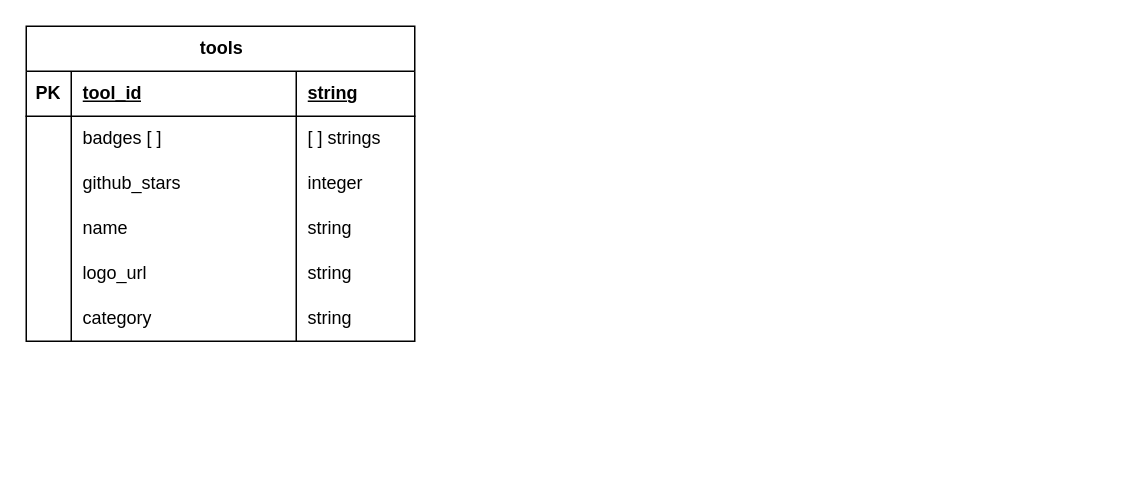
Before: db-toolstack.drawio in marcm8793/tool-stack-frontend, a draw.io diagram. Source tidied: cells renumbered, new cells numbered last; positions are measured from the earlier drawing's top-left corner, leaving out a move shared by most shapes. Both pictures are drawn from the tidied source at 150%, with x=0, y=0 at pixel (26, 26).
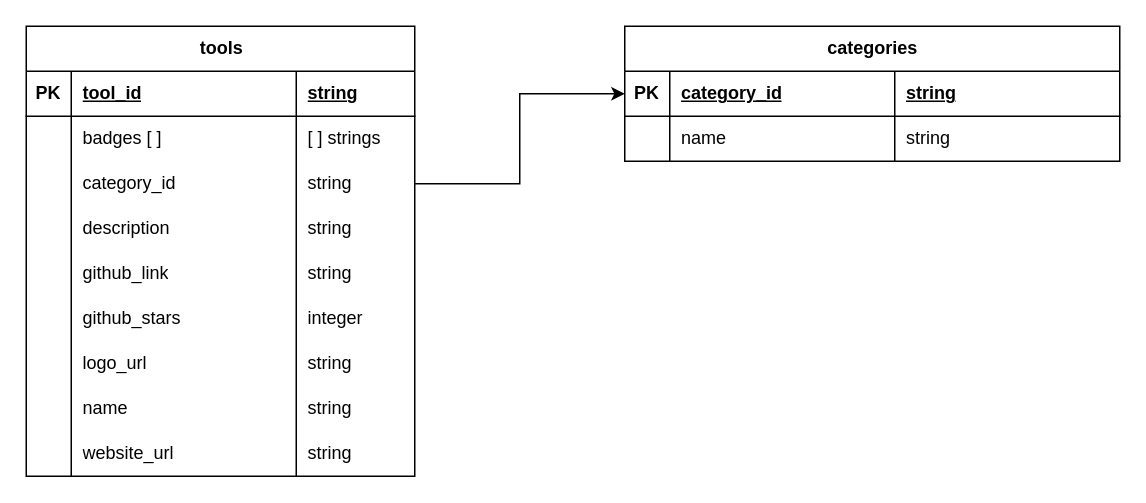
After the change.

Commit message:
Mettre à jour db-toolstack.drawio

Diff of the diagram source:
```diff
@@
     <mxCell id="2" value="tools" style="shape=table;startSize=30;childLayout=tableLayout;rowLines=0;fontStyle=1;align=center;html=1;" parent="1" vertex="1">
-      <mxGeometry width="259" height="210" as="geometry" />
+      <mxGeometry width="259" height="300" as="geometry" />
     </mxCell>
@@
+    <mxCell id="23" style="shape=tableRow;horizontal=0;startSize=0;swimlaneHead=0;swimlaneBody=0;fillColor=none;points=[[0,0.5],[1,0.5]];portConstraint=eastwest;top=0;left=0;right=0;bottom=0;" parent="2" vertex="1">
+      <mxGeometry y="90" width="259" height="30" as="geometry" />
+    </mxCell>
+    <mxCell id="24" value="&lt;span style=&quot;white-space: pre;&quot;&gt;&#9;&lt;/span&gt;" style="shape=partialRectangle;fillColor=none;top=0;left=0;bottom=0;right=0;overflow=hidden;whiteSpace=wrap;html=1;" parent="23" vertex="1">
+      <mxGeometry width="30" height="30" as="geometry" />
+    </mxCell>
+    <mxCell id="25" value="category_id" style="shape=partialRectangle;fillColor=none;top=0;left=0;bottom=0;right=0;align=left;spacingLeft=6;overflow=hidden;whiteSpace=wrap;html=1;" parent="23" vertex="1">
+      <mxGeometry x="30" width="150" height="30" as="geometry" />
+    </mxCell>
+    <mxCell id="26" value="string" style="shape=partialRectangle;fillColor=none;top=0;left=0;bottom=0;right=0;align=left;spacingLeft=6;overflow=hidden;whiteSpace=wrap;html=1;" parent="23" vertex="1">
+      <mxGeometry x="180" width="79" height="30" as="geometry" />
+    </mxCell>
+    <mxCell id="27" style="shape=tableRow;horizontal=0;startSize=0;swimlaneHead=0;swimlaneBody=0;fillColor=none;top=0;left=0;right=0;bottom=0;" parent="2" vertex="1">
+      <mxGeometry y="120" width="259" height="30" as="geometry" />
+    </mxCell>
+    <mxCell id="28" style="shape=partialRectangle;fillColor=none;top=0;left=0;bottom=0;right=0;overflow=hidden;whiteSpace=wrap;html=1;" parent="27" vertex="1">
+      <mxGeometry width="30" height="30" as="geometry" />
+    </mxCell>
+    <mxCell id="29" value="description" style="shape=partialRectangle;fillColor=none;top=0;left=0;bottom=0;right=0;align=left;spacingLeft=6;overflow=hidden;whiteSpace=wrap;html=1;" parent="27" vertex="1">
+      <mxGeometry x="30" width="150" height="30" as="geometry" />
+    </mxCell>
+    <mxCell id="30" value="string" style="shape=partialRectangle;fillColor=none;top=0;left=0;bottom=0;right=0;align=left;spacingLeft=6;overflow=hidden;whiteSpace=wrap;html=1;" parent="27" vertex="1">
+      <mxGeometry x="180" width="79" height="30" as="geometry" />
+    </mxCell>
+    <mxCell id="31" style="shape=tableRow;horizontal=0;startSize=0;swimlaneHead=0;swimlaneBody=0;fillColor=none;top=0;left=0;right=0;bottom=0;" parent="2" vertex="1">
+      <mxGeometry y="150" width="259" height="30" as="geometry" />
+    </mxCell>
+    <mxCell id="32" style="shape=partialRectangle;fillColor=none;top=0;left=0;bottom=0;right=0;overflow=hidden;whiteSpace=wrap;html=1;" parent="31" vertex="1">
+      <mxGeometry width="30" height="30" as="geometry" />
+    </mxCell>
+    <mxCell id="33" value="github_link" style="shape=partialRectangle;fillColor=none;top=0;left=0;bottom=0;right=0;align=left;spacingLeft=6;overflow=hidden;whiteSpace=wrap;html=1;" parent="31" vertex="1">
+      <mxGeometry x="30" width="150" height="30" as="geometry" />
+    </mxCell>
+    <mxCell id="34" value="string" style="shape=partialRectangle;fillColor=none;top=0;left=0;bottom=0;right=0;align=left;spacingLeft=6;overflow=hidden;whiteSpace=wrap;html=1;" parent="31" vertex="1">
+      <mxGeometry x="180" width="79" height="30" as="geometry" />
+    </mxCell>
     <mxCell id="11" style="shape=tableRow;horizontal=0;startSize=0;swimlaneHead=0;swimlaneBody=0;fillColor=none;top=0;left=0;right=0;bottom=0;" parent="2" vertex="1">
-      <mxGeometry y="90" width="259" height="30" as="geometry" />
+      <mxGeometry y="180" width="259" height="30" as="geometry" />
     </mxCell>
@@
+    <mxCell id="19" style="shape=tableRow;horizontal=0;startSize=0;swimlaneHead=0;swimlaneBody=0;fillColor=none;top=0;left=0;right=0;bottom=0;" parent="2" vertex="1">
+      <mxGeometry y="210" width="259" height="30" as="geometry" />
+    </mxCell>
+    <mxCell id="20" style="shape=partialRectangle;fillColor=none;top=0;left=0;bottom=0;right=0;overflow=hidden;whiteSpace=wrap;html=1;" parent="19" vertex="1">
+      <mxGeometry width="30" height="30" as="geometry" />
+    </mxCell>
+    <mxCell id="21" value="logo_url" style="shape=partialRectangle;fillColor=none;top=0;left=0;bottom=0;right=0;align=left;spacingLeft=6;overflow=hidden;whiteSpace=wrap;html=1;" parent="19" vertex="1">
+      <mxGeometry x="30" width="150" height="30" as="geometry" />
+    </mxCell>
+    <mxCell id="22" value="string" style="shape=partialRectangle;fillColor=none;top=0;left=0;bottom=0;right=0;align=left;spacingLeft=6;overflow=hidden;whiteSpace=wrap;html=1;" parent="19" vertex="1">
+      <mxGeometry x="180" width="79" height="30" as="geometry" />
+    </mxCell>
     <mxCell id="15" style="shape=tableRow;horizontal=0;startSize=0;swimlaneHead=0;swimlaneBody=0;fillColor=none;top=0;left=0;right=0;bottom=0;" parent="2" vertex="1">
-      <mxGeometry y="120" width="259" height="30" as="geometry" />
+      <mxGeometry y="240" width="259" height="30" as="geometry" />
     </mxCell>
@@
-    <mxCell id="19" style="shape=tableRow;horizontal=0;startSize=0;swimlaneHead=0;swimlaneBody=0;fillColor=none;top=0;left=0;right=0;bottom=0;" parent="2" vertex="1">
-      <mxGeometry y="150" width="259" height="30" as="geometry" />
-    </mxCell>
-    <mxCell id="20" style="shape=partialRectangle;fillColor=none;top=0;left=0;bottom=0;right=0;overflow=hidden;whiteSpace=wrap;html=1;" parent="19" vertex="1">
-      <mxGeometry width="30" height="30" as="geometry" />
-    </mxCell>
-    <mxCell id="21" value="logo_url" style="shape=partialRectangle;fillColor=none;top=0;left=0;bottom=0;right=0;align=left;spacingLeft=6;overflow=hidden;whiteSpace=wrap;html=1;" parent="19" vertex="1">
-      <mxGeometry x="30" width="150" height="30" as="geometry" />
-    </mxCell>
-    <mxCell id="22" value="string" style="shape=partialRectangle;fillColor=none;top=0;left=0;bottom=0;right=0;align=left;spacingLeft=6;overflow=hidden;whiteSpace=wrap;html=1;" parent="19" vertex="1">
-      <mxGeometry x="180" width="79" height="30" as="geometry" />
-    </mxCell>
-    <mxCell id="23" style="shape=tableRow;horizontal=0;startSize=0;swimlaneHead=0;swimlaneBody=0;fillColor=none;points=[[0,0.5],[1,0.5]];portConstraint=eastwest;top=0;left=0;right=0;bottom=0;" parent="2" vertex="1">
-      <mxGeometry y="180" width="259" height="30" as="geometry" />
-    </mxCell>
-    <mxCell id="24" value="&lt;span style=&quot;white-space: pre;&quot;&gt;&#9;&lt;/span&gt;" style="shape=partialRectangle;fillColor=none;top=0;left=0;bottom=0;right=0;overflow=hidden;whiteSpace=wrap;html=1;" parent="23" vertex="1">
-      <mxGeometry width="30" height="30" as="geometry" />
-    </mxCell>
-    <mxCell id="25" value="category" style="shape=partialRectangle;fillColor=none;top=0;left=0;bottom=0;right=0;align=left;spacingLeft=6;overflow=hidden;whiteSpace=wrap;html=1;" parent="23" vertex="1">
-      <mxGeometry x="30" width="150" height="30" as="geometry" />
-    </mxCell>
-    <mxCell id="26" value="string" style="shape=partialRectangle;fillColor=none;top=0;left=0;bottom=0;right=0;align=left;spacingLeft=6;overflow=hidden;whiteSpace=wrap;html=1;" parent="23" vertex="1">
-      <mxGeometry x="180" width="79" height="30" as="geometry" />
-    </mxCell>
+    <mxCell id="35" style="shape=tableRow;horizontal=0;startSize=0;swimlaneHead=0;swimlaneBody=0;fillColor=none;top=0;left=0;right=0;bottom=0;" parent="2" vertex="1">
+      <mxGeometry y="270" width="259" height="30" as="geometry" />
+    </mxCell>
+    <mxCell id="36" style="shape=partialRectangle;fillColor=none;top=0;left=0;bottom=0;right=0;overflow=hidden;whiteSpace=wrap;html=1;" parent="35" vertex="1">
+      <mxGeometry width="30" height="30" as="geometry" />
+    </mxCell>
+    <mxCell id="37" value="website_url" style="shape=partialRectangle;fillColor=none;top=0;left=0;bottom=0;right=0;align=left;spacingLeft=6;overflow=hidden;whiteSpace=wrap;html=1;" parent="35" vertex="1">
+      <mxGeometry x="30" width="150" height="30" as="geometry" />
+    </mxCell>
+    <mxCell id="38" value="string" style="shape=partialRectangle;fillColor=none;top=0;left=0;bottom=0;right=0;align=left;spacingLeft=6;overflow=hidden;whiteSpace=wrap;html=1;" parent="35" vertex="1">
+      <mxGeometry x="180" width="79" height="30" as="geometry" />
+    </mxCell>
+    <mxCell id="39" value="categories" style="shape=table;startSize=30;childLayout=tableLayout;rowLines=0;fontStyle=1;align=center;html=1;" parent="1" vertex="1">
+      <mxGeometry x="399" width="330" height="90" as="geometry" />
+    </mxCell>
+    <mxCell id="40" style="shape=tableRow;horizontal=0;startSize=0;swimlaneHead=0;swimlaneBody=0;fillColor=none;points=[[0,0.5],[1,0.5]];portConstraint=eastwest;top=0;left=0;right=0;bottom=1;" parent="39" vertex="1">
+      <mxGeometry y="30" width="330" height="30" as="geometry" />
+    </mxCell>
+    <mxCell id="41" value="PK" style="shape=partialRectangle;fillColor=none;top=0;left=0;bottom=0;right=0;fontStyle=1;overflow=hidden;whiteSpace=wrap;html=1;" parent="40" vertex="1">
+      <mxGeometry width="30" height="30" as="geometry" />
+    </mxCell>
+    <mxCell id="42" value="category_id" style="shape=partialRectangle;fillColor=none;top=0;left=0;bottom=0;right=0;align=left;spacingLeft=6;fontStyle=5;overflow=hidden;whiteSpace=wrap;html=1;" parent="40" vertex="1">
+      <mxGeometry x="30" width="150" height="30" as="geometry" />
+    </mxCell>
+    <mxCell id="43" value="string" style="shape=partialRectangle;fillColor=none;top=0;left=0;bottom=0;right=0;align=left;spacingLeft=6;fontStyle=5;overflow=hidden;whiteSpace=wrap;html=1;" parent="40" vertex="1">
+      <mxGeometry x="180" width="150" height="30" as="geometry" />
+    </mxCell>
+    <mxCell id="44" style="shape=tableRow;horizontal=0;startSize=0;swimlaneHead=0;swimlaneBody=0;fillColor=none;top=0;left=0;right=0;bottom=0;" parent="39" vertex="1">
+      <mxGeometry y="60" width="330" height="30" as="geometry" />
+    </mxCell>
+    <mxCell id="45" style="shape=partialRectangle;fillColor=none;top=0;left=0;bottom=0;right=0;overflow=hidden;whiteSpace=wrap;html=1;" parent="44" vertex="1">
+      <mxGeometry width="30" height="30" as="geometry" />
+    </mxCell>
+    <mxCell id="46" value="name" style="shape=partialRectangle;fillColor=none;top=0;left=0;bottom=0;right=0;align=left;spacingLeft=6;overflow=hidden;whiteSpace=wrap;html=1;" parent="44" vertex="1">
+      <mxGeometry x="30" width="150" height="30" as="geometry" />
+    </mxCell>
+    <mxCell id="47" value="string" style="shape=partialRectangle;fillColor=none;top=0;left=0;bottom=0;right=0;align=left;spacingLeft=6;overflow=hidden;whiteSpace=wrap;html=1;" parent="44" vertex="1">
+      <mxGeometry x="180" width="150" height="30" as="geometry" />
+    </mxCell>
+    <mxCell id="48" style="edgeStyle=orthogonalEdgeStyle;rounded=0;jettySize=auto;html=1;entryX=0;entryY=0.5;entryDx=0;entryDy=0;" parent="1" edge="1" source="23" target="40">
+      <mxGeometry relative="1" as="geometry" />
+    </mxCell>
```
